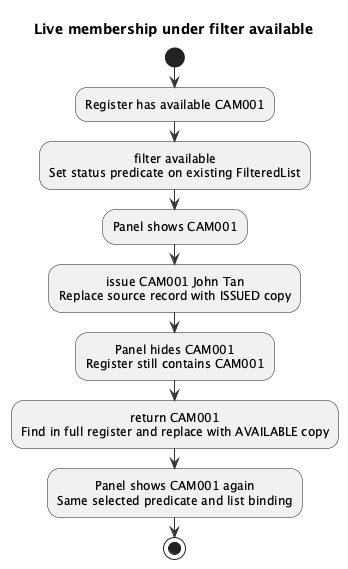
Above: docs/images/FilterEquipmentActivity.png in AY2627S1-CS2103T-F11-2/tp (PlantUML), before the change. The source it was exported from:
```plantuml
@startuml
!include style.puml
skinparam ArrowFontStyle plain
skinparam ParticipantFontColor #222222
skinparam sequenceParticipantBackgroundColor #F4F5F7
skinparam sequenceParticipantBorderColor #555555
skinparam sequenceArrowColor #333333
hide footbox
title Live membership under filter available
start
:Register has available CAM001;
:filter available\nSet status predicate on existing FilteredList;
:Panel shows CAM001;
:issue CAM001 John Tan\nReplace source record with ISSUED copy;
:Panel hides CAM001\nRegister still contains CAM001;
:return CAM001\nFind in full register and replace with AVAILABLE copy;
:Panel shows CAM001 again\nSame selected predicate and list binding;
stop
@enduml
```
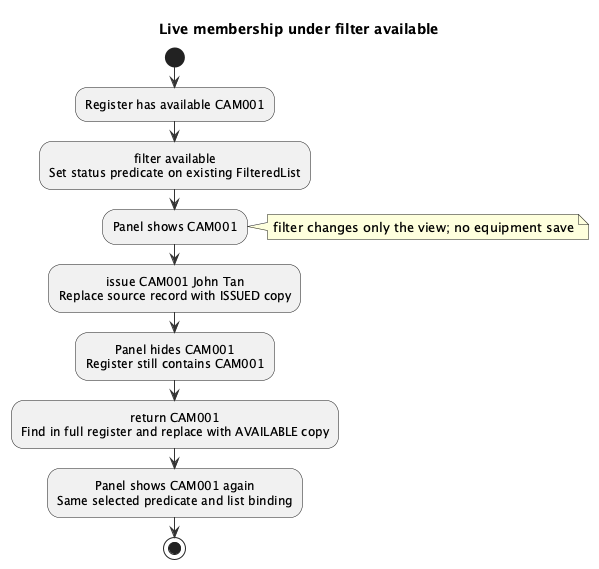
The same file after the commit.

The edit, as a diff of the source:
```diff
@@ -11,6 +11,7 @@
 :Register has available CAM001;
 :filter available\nSet status predicate on existing FilteredList;
 :Panel shows CAM001;
+note right: filter changes only the view; no equipment save
 :issue CAM001 John Tan\nReplace source record with ISSUED copy;
 :Panel hides CAM001\nRegister still contains CAM001;
 :return CAM001\nFind in full register and replace with AVAILABLE copy;
```
